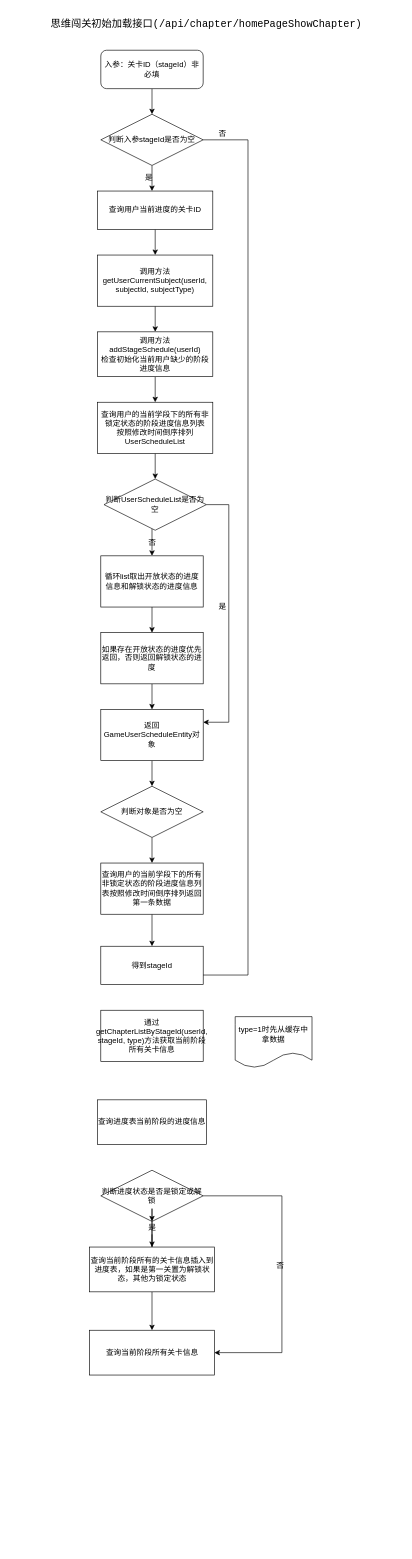
haoyakai/12306 keeps this draw.io diagram as uml/练一练闯关加载接口流程图.drawio. Above is the earlier version. Source tidied: cells renumbered, new cells numbered last; positions are measured from the earlier drawing's top-left corner, leaving out a move shared by most shapes. Both pictures are drawn from the tidied source at 64%, with x=0, y=0 at pixel (11, 12).
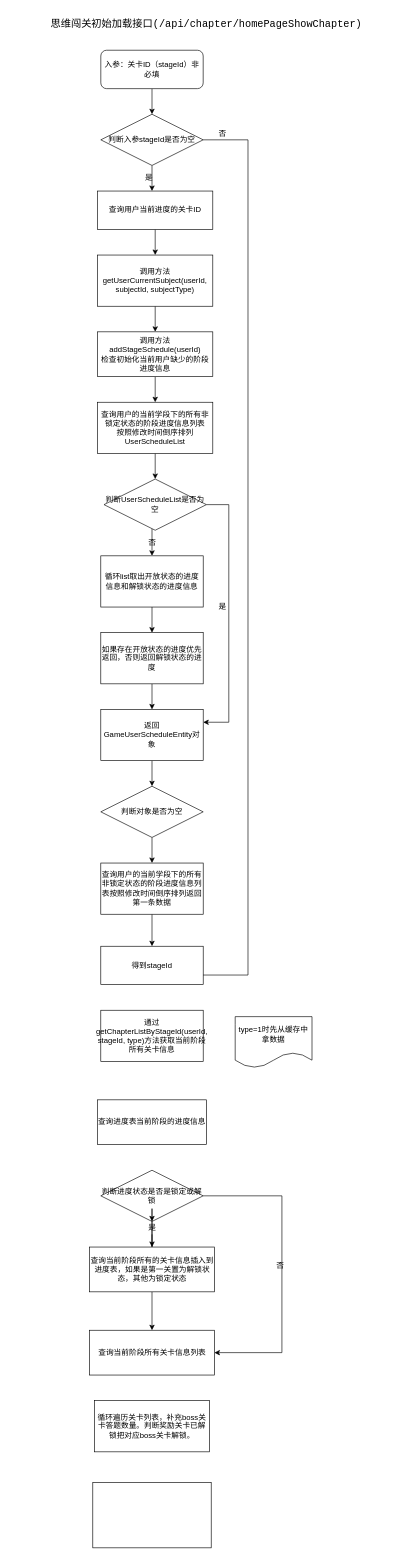
The same page after the edit.

Commit message:
Update 练一练闯关加载接口流程图.drawio

Diff of the diagram source:
```diff
@@
-    <mxCell id="44" value="查询当前阶段所有关卡信息" style="rounded=0;whiteSpace=wrap;html=1;fontColor=#000000;" parent="1" vertex="1">
+    <mxCell id="44" value="查询当前阶段所有关卡信息列表" style="rounded=0;whiteSpace=wrap;html=1;fontColor=#000000;" parent="1" vertex="1">
       <mxGeometry x="122.5" y="2060" width="195" height="70" as="geometry" />
     </mxCell>
@@
+    <mxCell id="46" value="循环遍历关卡列表，补充boss关卡答题数量。判断奖励关卡已解锁把对应boss关卡解锁。" style="rounded=0;whiteSpace=wrap;html=1;" parent="1" vertex="1">
+      <mxGeometry x="130" y="2170" width="180" height="80" as="geometry" />
+    </mxCell>
+    <mxCell id="47" style="rounded=0;whiteSpace=wrap;html=1;" parent="1" vertex="1">
+      <mxGeometry x="127.5" y="2298" width="185" height="102" as="geometry" />
+    </mxCell>
```
